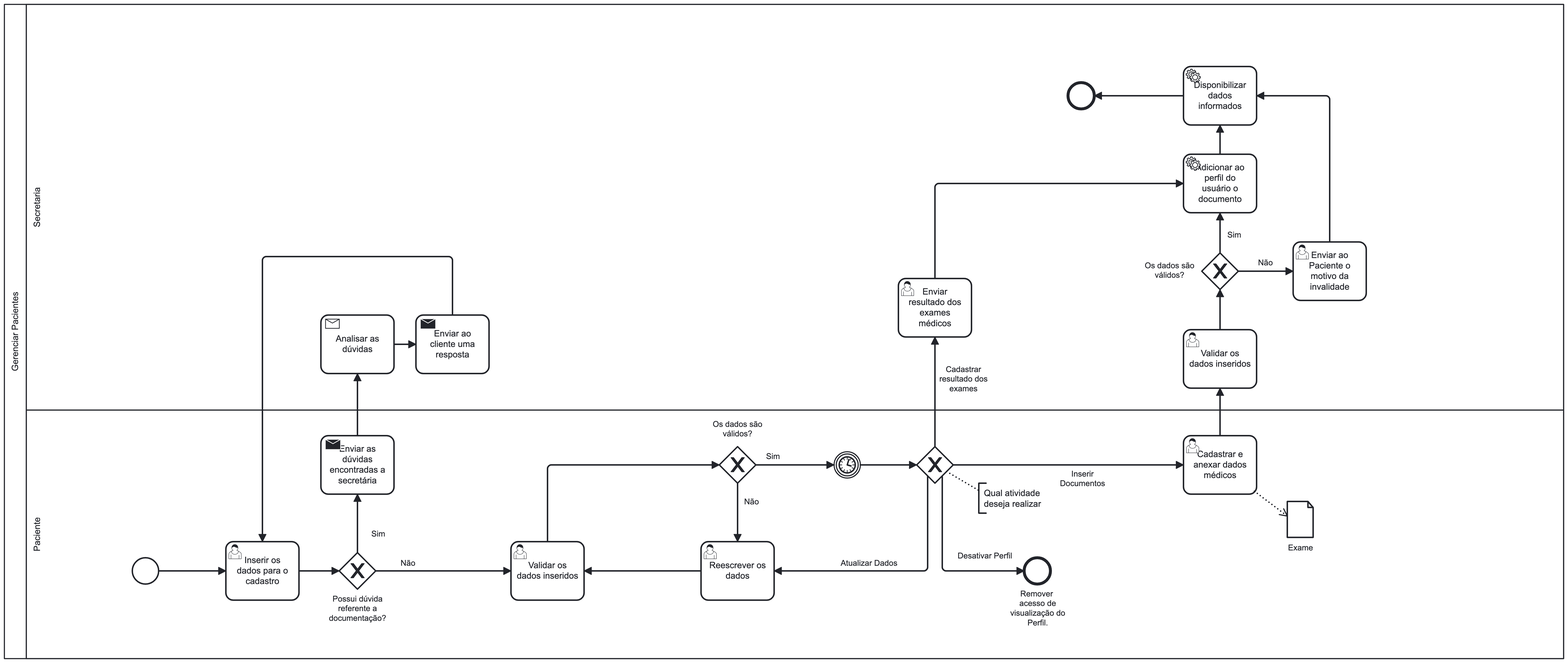
Above: docs/images/processo_2_gerenciar_paciente.png in bragap/healthassist-faculdade-2p (BPMN), before the change. Its source is kept beside it as assets/processes/processo_2_gerenciar_paciente.bpmn. Ids are renumbered.
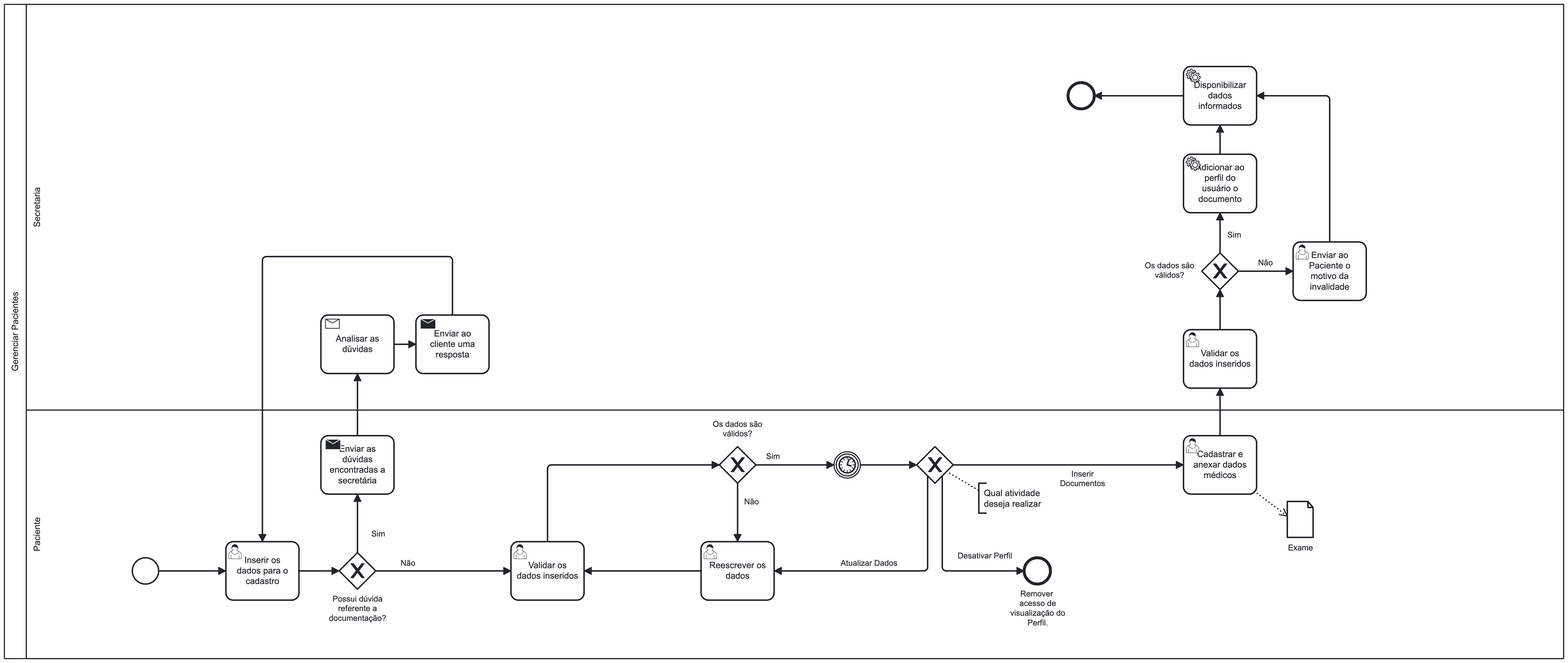
After the commit.

Commit message:
Atualização arquivo BPMN e Documentação processo 2 #61 sprint 2.3

Diff of the diagram source:
```diff
@@ -26,7 +26,6 @@
         <bpmn:flowNodeRef>Event_n24</bpmn:flowNodeRef>
         <bpmn:flowNodeRef>Activity_n25</bpmn:flowNodeRef>
         <bpmn:flowNodeRef>Activity_n26</bpmn:flowNodeRef>
-        <bpmn:flowNodeRef>Activity_n27</bpmn:flowNodeRef>
       </bpmn:lane>
     </bpmn:laneSet>
     <bpmn:receiveTask id="Activity_n19" name="Analisar as dúvidas">
@@ -79,7 +78,6 @@
       <bpmn:incoming>Flow_n42</bpmn:incoming>
       <bpmn:outgoing>Flow_n43</bpmn:outgoing>
       <bpmn:outgoing>Flow_n44</bpmn:outgoing>
-      <bpmn:outgoing>Flow_n45</bpmn:outgoing>
       <bpmn:outgoing>Flow_n46</bpmn:outgoing>
     </bpmn:exclusiveGateway>
     <bpmn:userTask id="Activity_n12" name="Cadastrar e anexar dados médicos">
@@ -108,7 +106,6 @@
     <bpmn:dataObject id="DataObject_n53" />
     <bpmn:serviceTask id="Activity_n26" name="Adicionar ao perfil do usuário o documento">
       <bpmn:incoming>Flow_n36</bpmn:incoming>
-      <bpmn:incoming>Flow_n54</bpmn:incoming>
       <bpmn:outgoing>Flow_n41</bpmn:outgoing>
     </bpmn:serviceTask>
     <bpmn:intermediateCatchEvent id="Event_n16">
@@ -116,10 +113,6 @@
       <bpmn:outgoing>Flow_n42</bpmn:outgoing>
       <bpmn:timerEventDefinition id="TimerEventDefinition_n55" />
     </bpmn:intermediateCatchEvent>
-    <bpmn:userTask id="Activity_n27" name="Enviar resultado dos exames médicos">
-      <bpmn:incoming>Flow_n45</bpmn:incoming>
-      <bpmn:outgoing>Flow_n54</bpmn:outgoing>
-    </bpmn:userTask>
     <bpmn:endEvent id="Event_n17" name="Remover  acesso de visualização do Perfil.">
       <bpmn:incoming>Flow_n44</bpmn:incoming>
     </bpmn:endEvent>
@@ -140,13 +133,11 @@
     <bpmn:sequenceFlow id="Flow_n42" sourceRef="Event_n16" targetRef="Gateway_n11" />
     <bpmn:sequenceFlow id="Flow_n43" name="Inserir Documentos" sourceRef="Gateway_n11" targetRef="Activity_n12" />
     <bpmn:sequenceFlow id="Flow_n44" name="Desativar Perfil" sourceRef="Gateway_n11" targetRef="Event_n17" />
-    <bpmn:sequenceFlow id="Flow_n45" name="Cadastrar resultado dos exames" sourceRef="Gateway_n11" targetRef="Activity_n27" />
     <bpmn:sequenceFlow id="Flow_n46" name="Atualizar Dados" sourceRef="Gateway_n11" targetRef="Activity_n14" />
     <bpmn:sequenceFlow id="Flow_n49" sourceRef="Activity_n14" targetRef="Activity_n13" />
     <bpmn:sequenceFlow id="Flow_n50" sourceRef="Activity_n13" targetRef="Gateway_n15" />
     <bpmn:sequenceFlow id="Flow_n51" name="Não" sourceRef="Gateway_n15" targetRef="Activity_n14" />
     <bpmn:sequenceFlow id="Flow_n52" name="Sim" sourceRef="Gateway_n15" targetRef="Event_n16" />
-    <bpmn:sequenceFlow id="Flow_n54" sourceRef="Activity_n27" targetRef="Activity_n26" />
     <bpmn:textAnnotation id="TextAnnotation_n56">
       <bpmn:text>Qual atividade deseja realizar</bpmn:text>
     </bpmn:textAnnotation>
@@ -176,6 +167,7 @@
       </bpmndi:BPMNShape>
       <bpmndi:BPMNShape id="Activity_0dtupg4_di" bpmnElement="Activity_n7">
         <dc:Bounds x="461" y="815" width="100" height="80" />
+        <bpmndi:BPMNLabel />
       </bpmndi:BPMNShape>
       <bpmndi:BPMNShape id="Gateway_n8_di" bpmnElement="Gateway_n8" isMarkerVisible="true">
         <dc:Bounds x="616" y="830" width="50" height="50" />
@@ -198,9 +190,11 @@
       </bpmndi:BPMNShape>
       <bpmndi:BPMNShape id="Activity_0gnvbt1_di" bpmnElement="Activity_n22">
         <dc:Bounds x="1771" y="525" width="100" height="80" />
+        <bpmndi:BPMNLabel />
       </bpmndi:BPMNShape>
       <bpmndi:BPMNShape id="Activity_0960czg_di" bpmnElement="Activity_n23">
         <dc:Bounds x="1921" y="405" width="100" height="80" />
+        <bpmndi:BPMNLabel />
       </bpmndi:BPMNShape>
       <bpmndi:BPMNShape id="Event_n24_di" bpmnElement="Event_n24">
         <dc:Bounds x="1613" y="187" width="36" height="36" />
@@ -220,9 +214,11 @@
       </bpmndi:BPMNShape>
       <bpmndi:BPMNShape id="Activity_1svm2bz_di" bpmnElement="Activity_n13">
         <dc:Bounds x="851" y="815" width="100" height="80" />
+        <bpmndi:BPMNLabel />
       </bpmndi:BPMNShape>
       <bpmndi:BPMNShape id="Activity_17metm2_di" bpmnElement="Activity_n14">
         <dc:Bounds x="1111" y="815" width="100" height="80" />
+        <bpmndi:BPMNLabel />
       </bpmndi:BPMNShape>
       <bpmndi:BPMNShape id="Gateway_n15_di" bpmnElement="Gateway_n15" isMarkerVisible="true">
         <dc:Bounds x="1136" y="685" width="50" height="50" />
@@ -244,10 +240,6 @@
         <bpmndi:BPMNLabel>
           <dc:Bounds x="1272" y="515" width="76" height="14" />
         </bpmndi:BPMNLabel>
-      </bpmndi:BPMNShape>
-      <bpmndi:BPMNShape id="Activity_1dfwktq_di" bpmnElement="Activity_n27">
-        <dc:Bounds x="1381" y="455" width="100" height="80" />
-        <bpmndi:BPMNLabel />
       </bpmndi:BPMNShape>
       <bpmndi:BPMNShape id="Event_n17_di" bpmnElement="Event_n17">
         <dc:Bounds x="1553" y="837" width="36" height="36" />
@@ -349,13 +341,6 @@
           <dc:Bounds x="1462" y="828" width="75" height="14" />
         </bpmndi:BPMNLabel>
       </bpmndi:BPMNEdge>
-      <bpmndi:BPMNEdge id="Flow_n45_di" bpmnElement="Flow_n45">
-        <di:waypoint x="1431" y="685" />
-        <di:waypoint x="1431" y="535" />
-        <bpmndi:BPMNLabel>
-          <dc:Bounds x="1437" y="573" width="67" height="40" />
-        </bpmndi:BPMNLabel>
-      </bpmndi:BPMNEdge>
       <bpmndi:BPMNEdge id="Flow_n46_di" bpmnElement="Flow_n46">
         <di:waypoint x="1421" y="725" />
         <di:waypoint x="1421" y="855" />
@@ -387,11 +372,6 @@
           <dc:Bounds x="1200" y="692" width="19" height="14" />
         </bpmndi:BPMNLabel>
       </bpmndi:BPMNEdge>
-      <bpmndi:BPMNEdge id="Flow_n54_di" bpmnElement="Flow_n54">
-        <di:waypoint x="1431" y="455" />
-        <di:waypoint x="1431" y="325" />
-        <di:waypoint x="1771" y="325" />
-      </bpmndi:BPMNEdge>
       <bpmndi:BPMNEdge id="Association_n57_di" bpmnElement="Association_n57">
         <di:waypoint x="1447" y="719" />
         <di:waypoint x="1491" y="745" />
```
